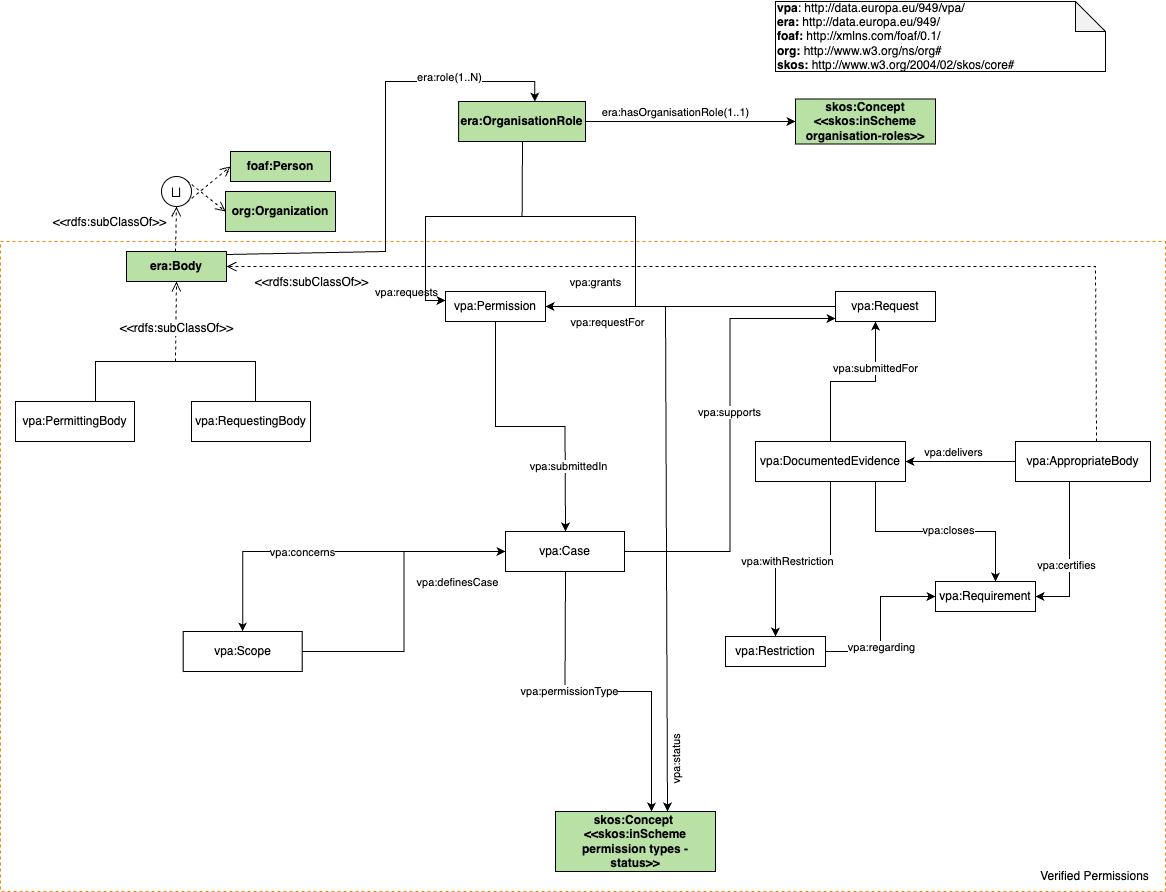
The draw.io diagram vpa-doc/img/vpa-onto.png in gatemezing/Ontology_Workflow_Testing, before a commit. Source tidied: cells renumbered, new cells last; positions are measured from the earlier drawing's top-left corner, leaving out a move shared by most shapes.
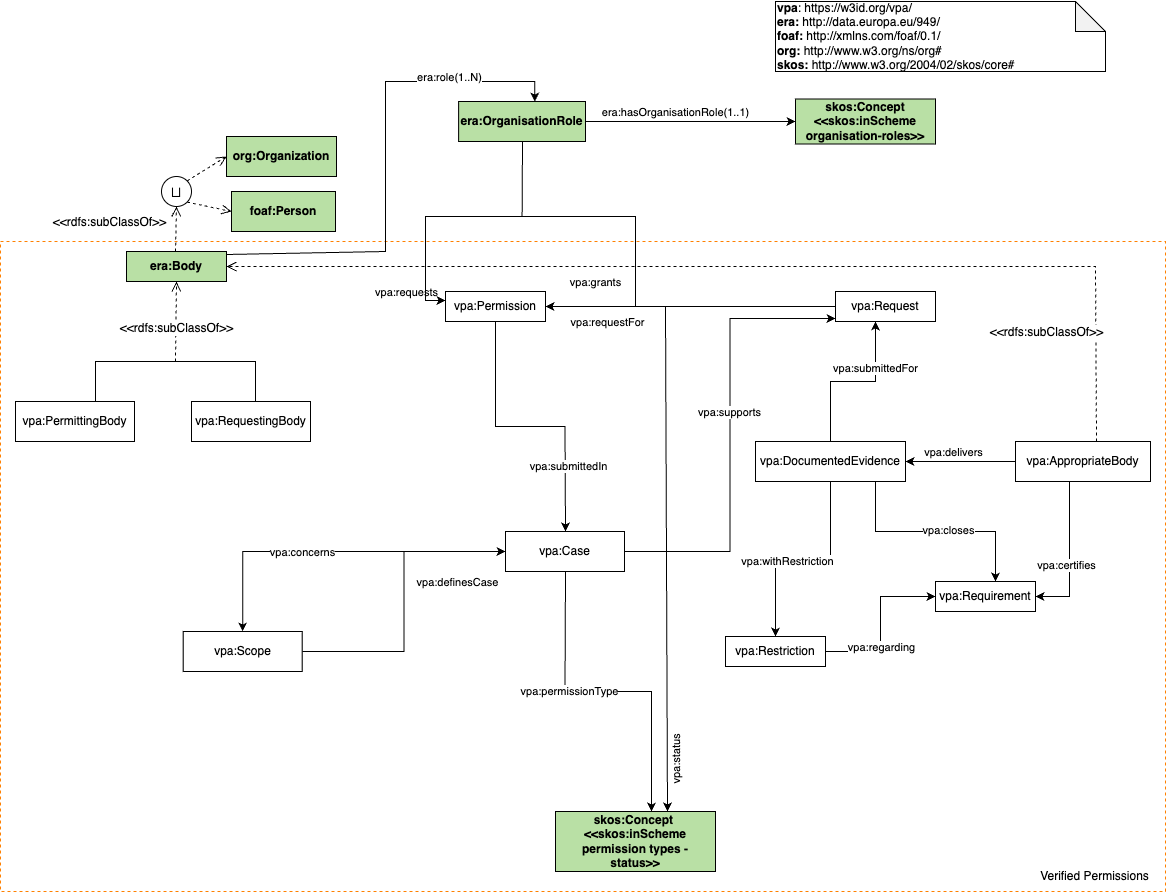
The same diagram one commit later.

What changed in the source:
```diff
@@ -5,14 +5,14 @@
     <mxCell id="2" style="rounded=0;whiteSpace=wrap;html=1;dashed=1;strokeColor=#FF8000;" parent="1" vertex="1">
       <mxGeometry y="240" width="1165" height="650" as="geometry" />
     </mxCell>
-    <mxCell id="3" value="&lt;div&gt;&lt;b&gt;vpa&lt;/b&gt;:&amp;nbsp;&lt;span style=&quot;background-color: initial;&quot;&gt;http://data.europa.eu/949/vpa/&lt;/span&gt;&lt;/div&gt;&lt;div&gt;&lt;b style=&quot;background-color: initial;&quot;&gt;era:&lt;/b&gt;&lt;span style=&quot;background-color: initial;&quot;&gt; http://data.europa.eu/949/&lt;/span&gt;&lt;/div&gt;&lt;div&gt;&lt;span style=&quot;background-color: initial;&quot;&gt;&lt;b&gt;foaf:&amp;nbsp;&lt;/b&gt;&lt;/span&gt;&lt;span style=&quot;background-color: initial;&quot;&gt;http://xmlns.com/foaf/0.1/&lt;/span&gt;&lt;/div&gt;&lt;b&gt;org:&amp;nbsp;&lt;/b&gt;http://www.w3.org/ns/org#&lt;div&gt;&lt;b&gt;skos:&lt;/b&gt;&lt;span style=&quot;background-color: initial;&quot;&gt;&amp;nbsp;http://www.w3.org/2004/02/skos/core#&lt;/span&gt;&lt;/div&gt;" style="shape=note;whiteSpace=wrap;html=1;backgroundOutline=1;darkOpacity=0.05;align=left;rotation=0;" parent="1" vertex="1">
+    <mxCell id="3" value="&lt;div&gt;&lt;b&gt;vpa&lt;/b&gt;:&amp;nbsp;&lt;span style=&quot;background-color: initial;&quot;&gt;https://w3id.org/vpa/&lt;/span&gt;&lt;/div&gt;&lt;div&gt;&lt;b style=&quot;background-color: initial;&quot;&gt;era:&lt;/b&gt;&lt;span style=&quot;background-color: initial;&quot;&gt; http://data.europa.eu/949/&lt;/span&gt;&lt;/div&gt;&lt;div&gt;&lt;span style=&quot;background-color: initial;&quot;&gt;&lt;b&gt;foaf:&amp;nbsp;&lt;/b&gt;&lt;/span&gt;&lt;span style=&quot;background-color: initial;&quot;&gt;http://xmlns.com/foaf/0.1/&lt;/span&gt;&lt;/div&gt;&lt;b&gt;org:&amp;nbsp;&lt;/b&gt;http://www.w3.org/ns/org#&lt;div&gt;&lt;b&gt;skos:&lt;/b&gt;&lt;span style=&quot;background-color: initial;&quot;&gt;&amp;nbsp;http://www.w3.org/2004/02/skos/core#&lt;/span&gt;&lt;/div&gt;" style="shape=note;whiteSpace=wrap;html=1;backgroundOutline=1;darkOpacity=0.05;align=left;rotation=0;" parent="1" vertex="1">
       <mxGeometry x="775" width="330" height="70" as="geometry" />
     </mxCell>
     <mxCell id="4" value="&lt;span class=&quot;st&quot;&gt;⨆&lt;/span&gt;" style="ellipse;whiteSpace=wrap;html=1;fontSize=17;" parent="1" vertex="1">
       <mxGeometry x="161" y="175" width="30" height="30" as="geometry" />
     </mxCell>
     <mxCell id="5" value="&lt;b&gt;foaf:Person&lt;/b&gt;" style="rounded=0;whiteSpace=wrap;html=1;snapToPoint=1;points=[[0.1,0],[0.2,0],[0.3,0],[0.4,0],[0.5,0],[0.6,0],[0.7,0],[0.8,0],[0.9,0],[0,0.1],[0,0.3],[0,0.5],[0,0.7],[0,0.9],[0.1,1],[0.2,1],[0.3,1],[0.4,1],[0.5,1],[0.6,1],[0.7,1],[0.8,1],[0.9,1],[1,0.1],[1,0.3],[1,0.5],[1,0.7],[1,0.9]];fillColor=#B9E0A5;" parent="1" vertex="1">
-      <mxGeometry x="230" y="150" width="100" height="30" as="geometry" />
+      <mxGeometry x="231" y="190" width="104" height="40" as="geometry" />
     </mxCell>
     <mxCell id="6" style="endArrow=open;html=1;fontColor=#000099;exitX=1;exitY=0;exitDx=0;exitDy=0;endFill=0;dashed=1;entryX=0;entryY=0.5;entryDx=0;entryDy=0;endSize=8;arcSize=0;rounded=0;" parent="1" edge="1" source="4" target="56">
       <mxGeometry relative="1" as="geometry" />
@@ -204,11 +204,11 @@
     </mxCell>
     <mxCell id="55" value="&amp;lt;&amp;lt;rdfs:subClassOf&amp;gt;&amp;gt;" style="text;html=1;align=center;verticalAlign=middle;fontColor=#000000;labelBackgroundColor=#ffffff;" parent="54" vertex="1">
       <mxGeometry x="-0.33" relative="1" as="geometry">
-        <mxPoint x="-609" y="15" as="offset" />
+        <mxPoint x="126" y="65" as="offset" />
       </mxGeometry>
     </mxCell>
     <mxCell id="56" value="&lt;b&gt;org:Organization&lt;/b&gt;" style="rounded=0;whiteSpace=wrap;html=1;snapToPoint=1;points=[[0.1,0],[0.2,0],[0.3,0],[0.4,0],[0.5,0],[0.6,0],[0.7,0],[0.8,0],[0.9,0],[0,0.1],[0,0.3],[0,0.5],[0,0.7],[0,0.9],[0.1,1],[0.2,1],[0.3,1],[0.4,1],[0.5,1],[0.6,1],[0.7,1],[0.8,1],[0.9,1],[1,0.1],[1,0.3],[1,0.5],[1,0.7],[1,0.9]];fillColor=#B9E0A5;" parent="1" vertex="1">
-      <mxGeometry x="225" y="190" width="110" height="40" as="geometry" />
+      <mxGeometry x="226" y="135" width="110" height="40" as="geometry" />
     </mxCell>
     <mxCell id="57" style="edgeStyle=orthogonalEdgeStyle;rounded=0;jettySize=auto;html=1;" parent="1" edge="1" source="59" target="22">
       <mxGeometry relative="1" as="geometry">
```
